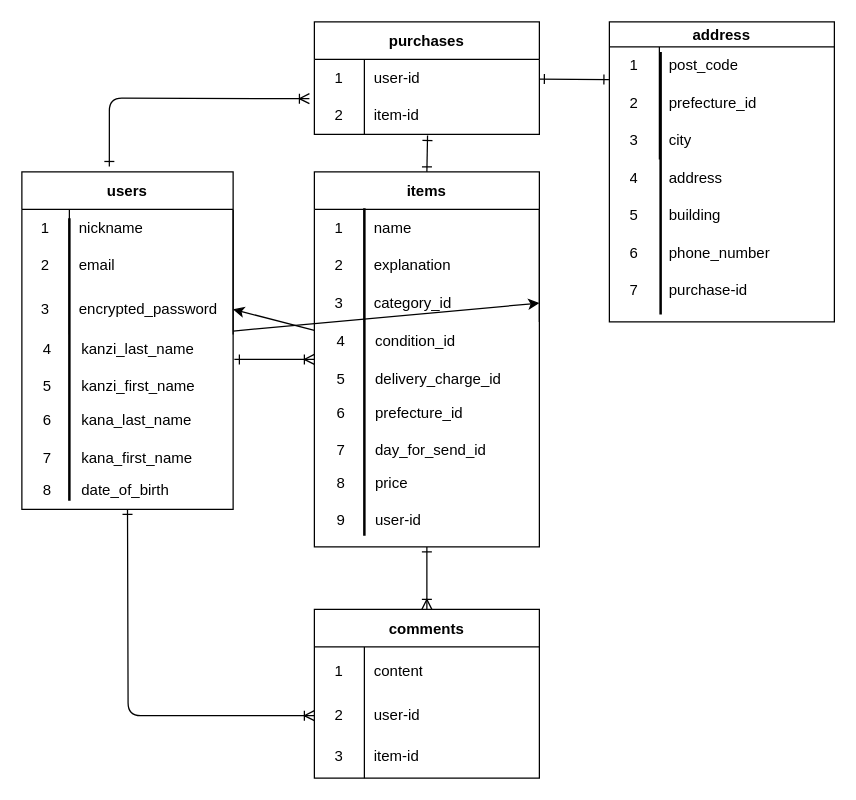
Earlier version of the draw.io diagram furima.dio (i-ga-ra-shi/furima-37346). Source tidied: cells renumbered, new cells numbered last; positions are measured from the earlier drawing's top-left corner, leaving out a move shared by most shapes. Both pictures are drawn from the tidied source at 125%, with x=0, y=0 at pixel (-72, 21).
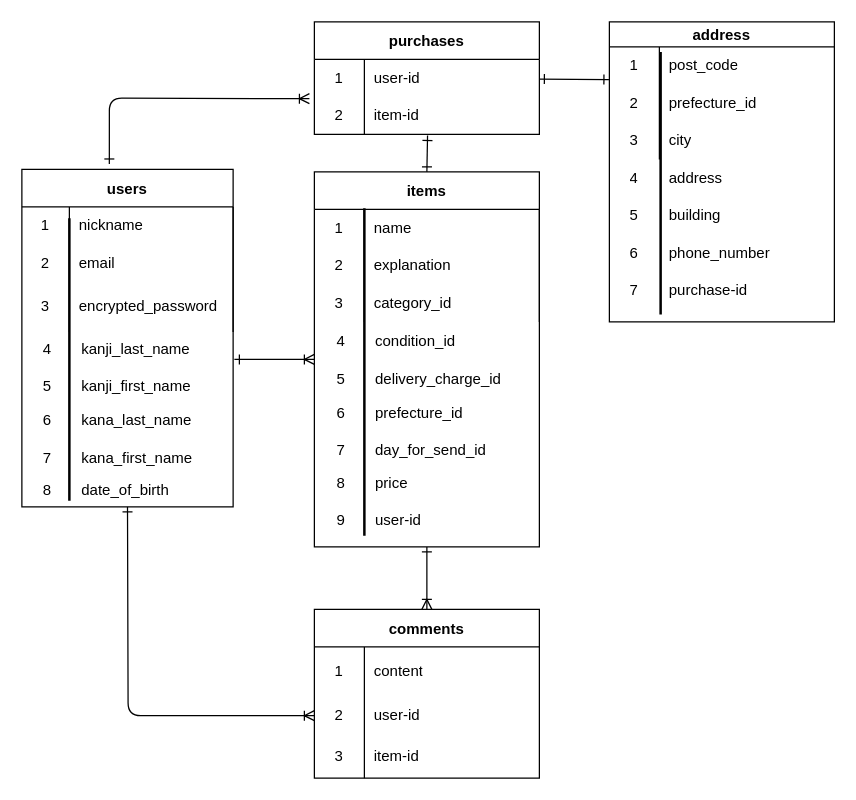
The same diagram, later.

Unchanged cells that the change refers to:
```xml
<mxCell id="15" style="shape=singleArrow;whiteSpace=wrap;html=1;arrowWidth=0.4;arrowSize=0.4;startSize=30;fontStyle=1;" parent="12" vertex="1">
  <mxGeometry x="169" height="40" as="geometry" />
</mxCell>
<mxCell id="17" value="items" style="shape=table;startSize=30;childLayout=tableLayout;rowLines=0;fontStyle=1;" parent="1" vertex="1">
  <mxGeometry x="309" y="120" width="180" height="300" as="geometry" />
</mxCell>
<mxCell id="27" style="shape=singleArrow;whiteSpace=wrap;html=1;arrowWidth=0.4;arrowSize=0.4;startSize=30;fontStyle=1;" parent="24" vertex="1">
  <mxGeometry x="180" height="30" as="geometry" />
</mxCell>
```

The edit, as a diff of the source:
```diff
@@
-    <mxCell id="2" style="edgeStyle=none;html=1;" parent="1" edge="1" source="5" target="27">
-      <mxGeometry relative="1" as="geometry" />
-    </mxCell>
@@
     <mxCell id="5" value="users" style="shape=table;startSize=30;childLayout=tableLayout;rowLines=0;fontStyle=1;" parent="1" vertex="1">
-      <mxGeometry x="75" y="120" width="169" height="270" as="geometry" />
+      <mxGeometry x="75" y="118" width="169" height="270" as="geometry" />
     </mxCell>
@@
-    <mxCell id="16" style="edgeStyle=none;html=1;" parent="1" edge="1" source="17" target="15">
-      <mxGeometry relative="1" as="geometry" />
-    </mxCell>
@@
-    <mxCell id="56" value="kanzi_last_name" style="shape=partialRectangle;html=1;whiteSpace=wrap;fillColor=none;top=0;left=0;bottom=0;right=0;align=left;spacingLeft=6;overflow=hidden;" parent="1" vertex="1">
+    <mxCell id="56" value="kanji_last_name" style="shape=partialRectangle;html=1;whiteSpace=wrap;fillColor=none;top=0;left=0;bottom=0;right=0;align=left;spacingLeft=6;overflow=hidden;" parent="1" vertex="1">
       <mxGeometry x="115" y="247" width="140" height="30" as="geometry" />
     </mxCell>
@@
-    <mxCell id="58" value="kanzi_first_name" style="shape=partialRectangle;html=1;whiteSpace=wrap;fillColor=none;top=0;left=0;bottom=0;right=0;align=left;spacingLeft=6;overflow=hidden;" parent="1" vertex="1">
+    <mxCell id="58" value="kanji_first_name" style="shape=partialRectangle;html=1;whiteSpace=wrap;fillColor=none;top=0;left=0;bottom=0;right=0;align=left;spacingLeft=6;overflow=hidden;" parent="1" vertex="1">
       <mxGeometry x="115" y="277" width="140" height="30" as="geometry" />
     </mxCell>
```
